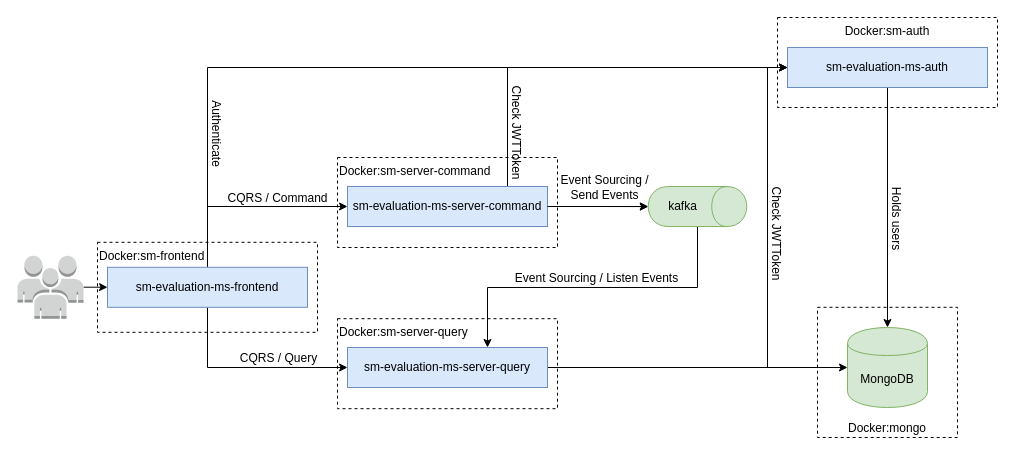
sebastian-misiewicz/sm-evaluation-microservices keeps this draw.io diagram as architecture.drawio. Above is the earlier version. Source tidied: cells renumbered, new cells numbered last; positions are measured from the earlier drawing's top-left corner, leaving out a move shared by most shapes. Both pictures are drawn from the tidied source at 100%, with x=0, y=0 at pixel (17, 17).
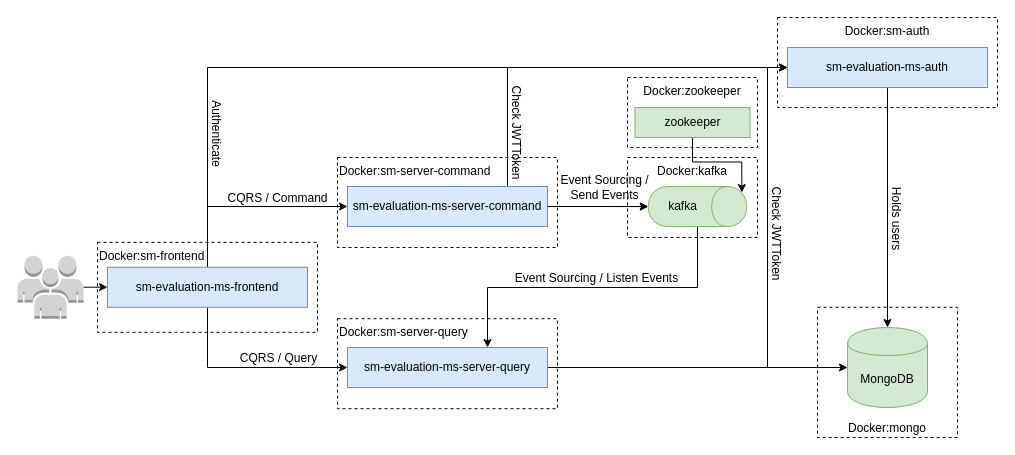
The same page after the edit.

Commit message (it also covers changes not shown here):
Update postman collection and architecture diagram

Unchanged cells that the change refers to:
```xml
<mxCell id="30" value="kafka" style="shape=cylinder;whiteSpace=wrap;html=1;boundedLbl=1;backgroundOutline=1;rotation=90;horizontal=0;fillColor=#d5e8d4;strokeColor=#82b366;" parent="1" vertex="1">
  <mxGeometry x="660" y="139.8" width="40" height="98.5" as="geometry" />
</mxCell>
```

Diff of the diagram source:
```diff
@@
+    <mxCell id="33" value="Docker:kafka" style="rounded=0;whiteSpace=wrap;html=1;dashed=1;verticalAlign=top;" parent="1" vertex="1">
+      <mxGeometry x="610" y="140" width="130" height="80" as="geometry" />
+    </mxCell>
@@
+    <mxCell id="34" value="Docker:zookeeper" style="rounded=0;whiteSpace=wrap;html=1;dashed=1;verticalAlign=top;" parent="1" vertex="1">
+      <mxGeometry x="610" y="60" width="130" height="70" as="geometry" />
+    </mxCell>
+    <mxCell id="35" style="edgeStyle=orthogonalEdgeStyle;rounded=0;jettySize=auto;html=1;entryX=0.15;entryY=0.05;entryDx=0;entryDy=0;entryPerimeter=0;" parent="1" edge="1" source="36" target="30">
+      <mxGeometry relative="1" as="geometry" />
+    </mxCell>
+    <mxCell id="36" value="zookeeper" style="rounded=0;whiteSpace=wrap;html=1;fillColor=#d5e8d4;strokeColor=#82b366;" parent="1" vertex="1">
+      <mxGeometry x="617.5" y="90" width="115" height="30" as="geometry" />
+    </mxCell>
```
